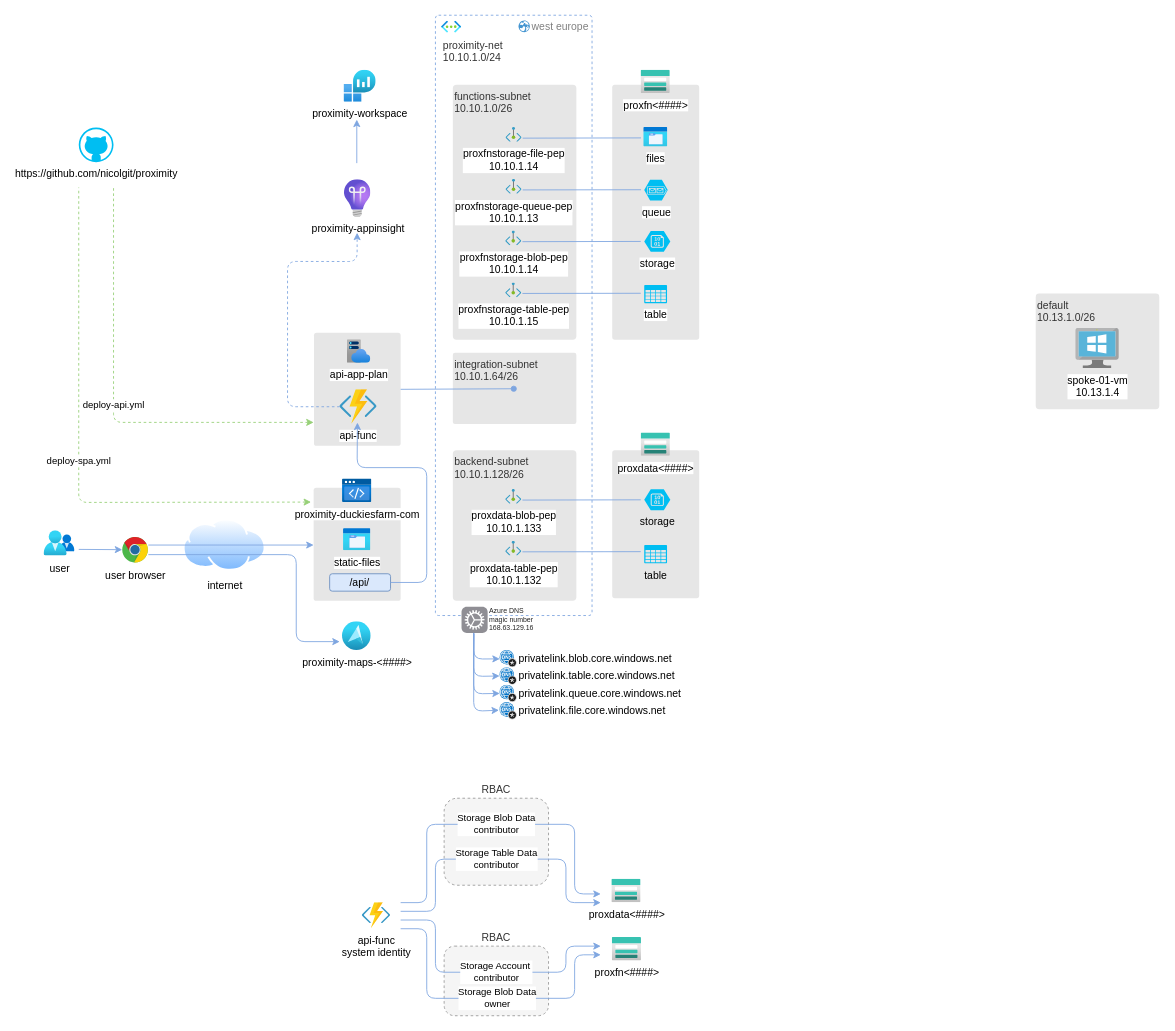
Before: deployment/proximity-architecture.drawio in nicolgit/proximity, a draw.io diagram. Source tidied: cells renumbered, new cells numbered last; positions are measured from the earlier drawing's top-left corner, leaving out a move shared by most shapes. Both pictures are drawn from the tidied source at 87%, with x=0, y=0 at pixel (44, 15).
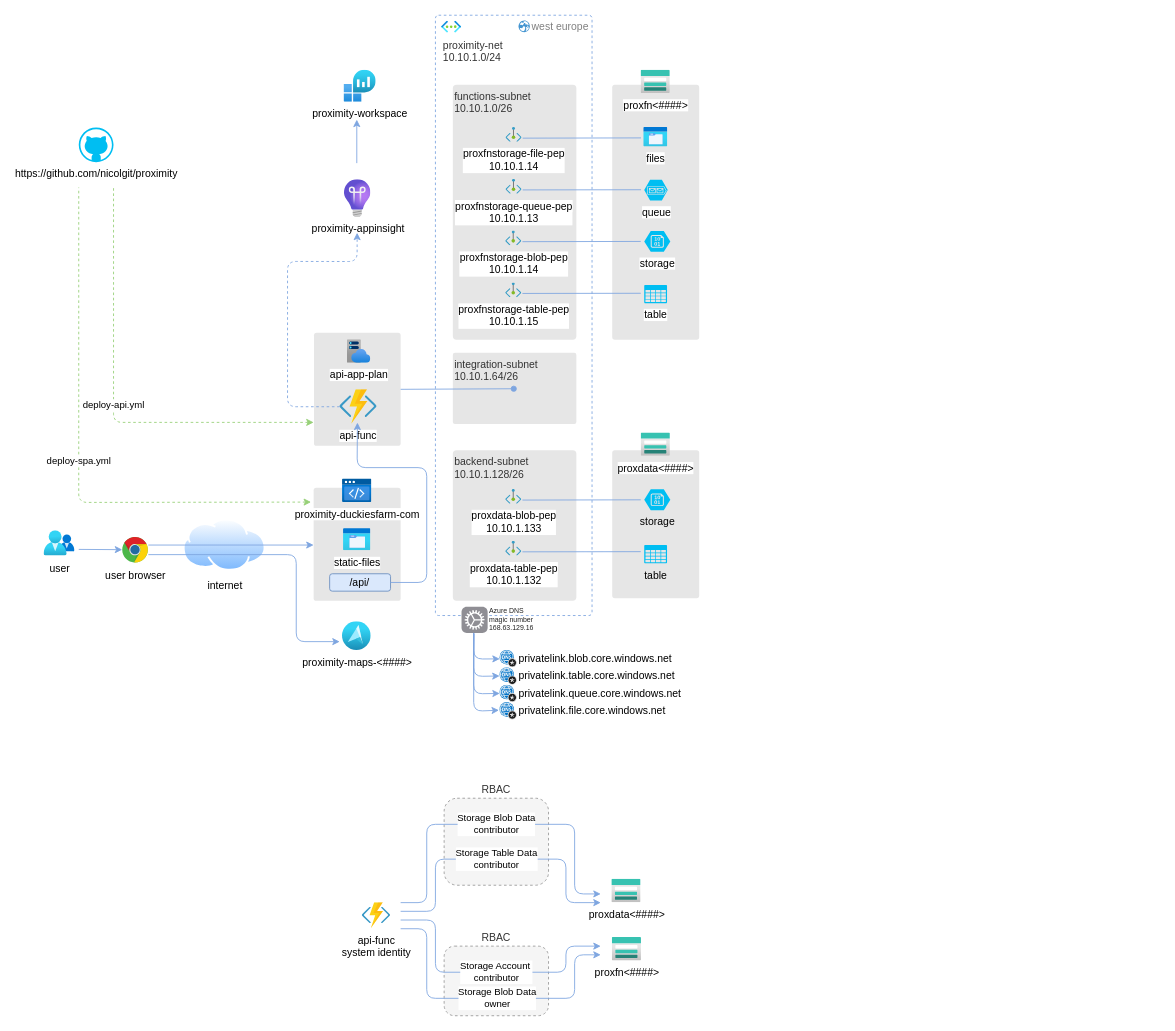
After the change.

Change to the diagram source:
```diff
@@
-    <mxCell id="9" style="group;fontFamily=Helvetica;" parent="1" vertex="1">
-      <mxGeometry x="1140" y="320" width="142" height="133" as="geometry" />
-    </mxCell>
-    <mxCell id="10" value="default&lt;br&gt;10.13.1.0/26" style="rounded=1;whiteSpace=wrap;html=1;fontSize=12;arcSize=3;strokeColor=none;fillColor=#E6E6E6;fontColor=#333333;align=left;verticalAlign=top;fontFamily=Helvetica;" parent="9" vertex="1">
-      <mxGeometry width="142" height="133" as="geometry" />
-    </mxCell>
-    <mxCell id="11" value="spoke-01-vm&lt;br&gt;10.13.1.4" style="image;sketch=0;html=1;align=center;fontSize=12;image=img/lib/mscae/VirtualMachineWindows.svg;fontFamily=Helvetica;" parent="9" vertex="1">
-      <mxGeometry x="46" y="40" width="50" height="46" as="geometry" />
-    </mxCell>
```
